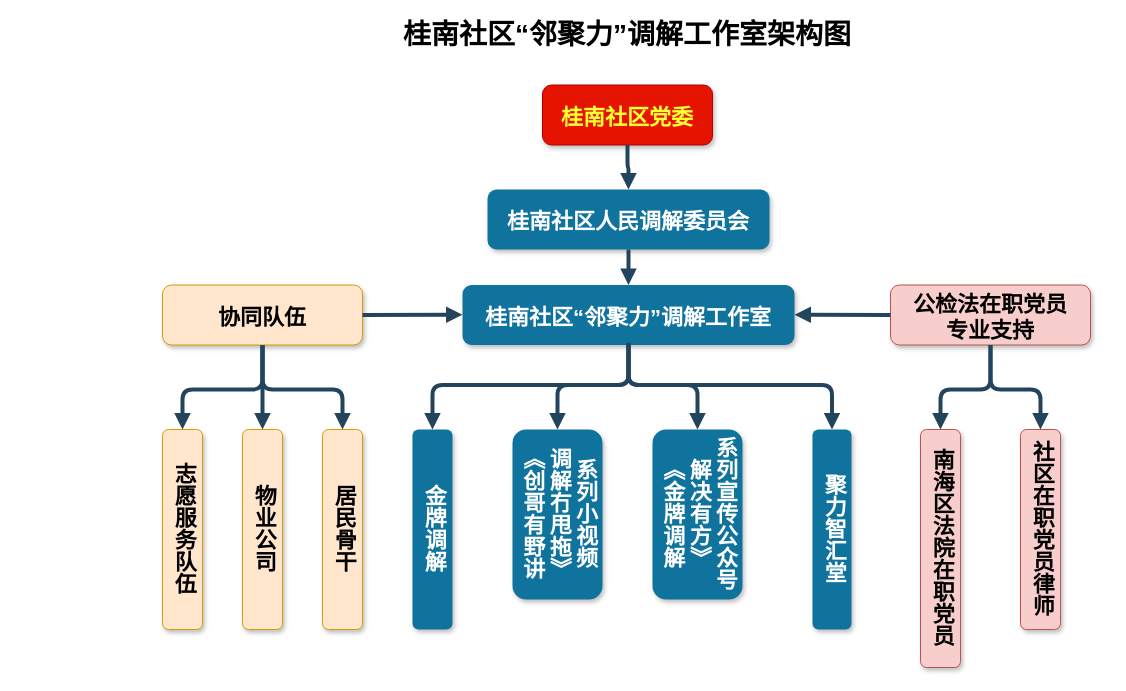
Above: 组织架构图.drawio in kagamiharayouko/kagamiharayouko (draw.io), before the change. Source tidied: cells renumbered, new cells numbered last; positions are measured from the earlier drawing's top-left corner, leaving out a move shared by most shapes. Both pictures are drawn from the tidied source at 100%, with x=0, y=0 at pixel (162, 19).
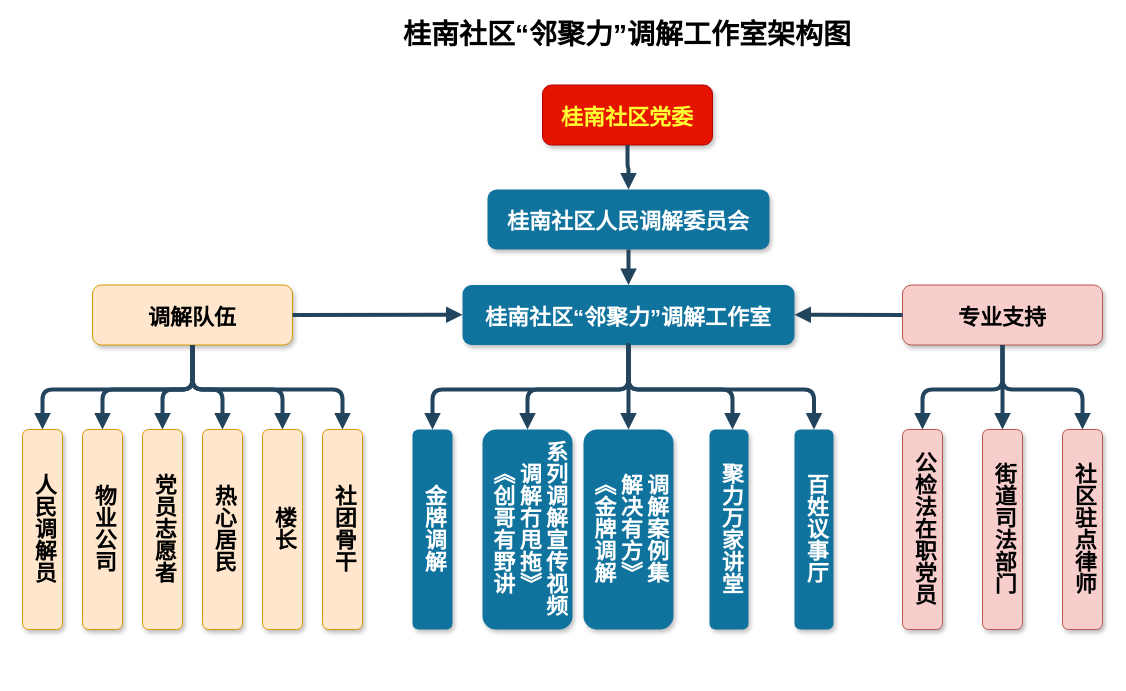
Above is the later version.

Commit message:
更新组织架构图.drawio

The change refers to these unchanged cells:
```xml
<mxCell id="3" value="桂南社区“邻聚力”调解工作室" style="rounded=1;fillColor=#10739E;strokeColor=none;shadow=1;gradientColor=none;fontStyle=1;fontColor=#FFFFFF;fontSize=22;" parent="1" vertex="1">
  <mxGeometry x="300" y="265.5" width="332" height="60" as="geometry" />
</mxCell>
<mxCell id="6" value="金牌调解" style="rounded=1;fillColor=#10739E;strokeColor=none;shadow=1;gradientColor=none;fontStyle=1;fontColor=#FFFFFF;fontSize=22;direction=south;horizontal=1;whiteSpace=wrap;textDirection=vertical-lr;" parent="1" vertex="1">
  <mxGeometry x="250" y="410" width="40" height="200" as="geometry" />
</mxCell>
```

Change to the diagram source:
```diff
@@
-    <mxCell id="5" value="公检法在职党员&#10;专业支持" style="rounded=1;fillColor=#f8cecc;strokeColor=#b85450;shadow=1;fontStyle=1;fontSize=22;" parent="1" vertex="1">
-      <mxGeometry x="728" y="265.5" width="200" height="60" as="geometry" />
+    <mxCell id="5" value="专业支持" style="rounded=1;fillColor=#f8cecc;strokeColor=#b85450;shadow=1;fontStyle=1;fontSize=22;" parent="1" vertex="1">
+      <mxGeometry x="740" y="265.5" width="200" height="60" as="geometry" />
     </mxCell>
@@
-    <mxCell id="7" value="《创哥有野讲&#10;调解冇甩拖》&#10;系列小视频" style="rounded=1;fillColor=#10739E;strokeColor=none;shadow=1;gradientColor=none;fontStyle=1;fontColor=#FFFFFF;fontSize=22;direction=south;whiteSpace=wrap;textDirection=vertical-lr;" parent="1" vertex="1">
-      <mxGeometry x="350" y="410" width="90" height="170" as="geometry" />
+    <mxCell id="7" value="《创哥有野讲&#10;调解冇甩拖》&#10;系列调解宣传视频" style="rounded=1;fillColor=#10739E;strokeColor=none;shadow=1;gradientColor=none;fontStyle=1;fontColor=#FFFFFF;fontSize=22;direction=south;whiteSpace=wrap;textDirection=vertical-lr;" parent="1" vertex="1">
+      <mxGeometry x="320" y="410" width="90" height="200" as="geometry" />
     </mxCell>
-    <mxCell id="8" value="《金牌调解&#10;解决有方》&#10;系列宣传公众号" style="rounded=1;fillColor=#10739E;strokeColor=none;shadow=1;gradientColor=none;fontStyle=1;fontColor=#FFFFFF;fontSize=22;direction=south;whiteSpace=wrap;textDirection=vertical-lr;" parent="1" vertex="1">
-      <mxGeometry x="490" y="410" width="90" height="170" as="geometry" />
+    <mxCell id="8" value="《金牌调解&#10;解决有方》&#10;调解案例集" style="rounded=1;fillColor=#10739E;strokeColor=none;shadow=1;gradientColor=none;fontStyle=1;fontColor=#FFFFFF;fontSize=22;direction=south;whiteSpace=wrap;textDirection=vertical-lr;" parent="1" vertex="1">
+      <mxGeometry x="421" y="410" width="90" height="200" as="geometry" />
     </mxCell>
-    <mxCell id="9" value="聚力智汇堂" style="rounded=1;fillColor=#10739E;strokeColor=none;shadow=1;gradientColor=none;fontStyle=1;fontColor=#FFFFFF;fontSize=22;direction=south;whiteSpace=wrap;textDirection=vertical-lr;" parent="1" vertex="1">
-      <mxGeometry x="650" y="410" width="39" height="200" as="geometry" />
+    <mxCell id="9" value="聚力万家讲堂" style="rounded=1;fillColor=#10739E;strokeColor=none;shadow=1;gradientColor=none;fontStyle=1;fontColor=#FFFFFF;fontSize=22;direction=south;whiteSpace=wrap;textDirection=vertical-lr;" parent="1" vertex="1">
+      <mxGeometry x="547" y="410" width="39" height="200" as="geometry" />
     </mxCell>
@@
     <mxCell id="11" style="edgeStyle=elbowEdgeStyle;elbow=vertical;strokeWidth=4;endArrow=block;endFill=1;fontStyle=1;strokeColor=#23445D;exitX=0.5;exitY=1;exitDx=0;exitDy=0;" parent="1" edge="1" source="3" target="9">
       <mxGeometry x="22" y="165.5" as="geometry">
         <Array as="points">
-          <mxPoint x="642" y="365.5" />
+          <mxPoint x="570" y="370" />
         </Array>
       </mxGeometry>
     </mxCell>
-    <mxCell id="12" style="edgeStyle=elbowEdgeStyle;elbow=vertical;strokeWidth=4;endArrow=block;endFill=1;fontStyle=1;strokeColor=#23445D;exitX=0.5;exitY=1;exitDx=0;exitDy=0;" parent="1" edge="1" source="3" target="7">
+    <mxCell id="12" style="edgeStyle=elbowEdgeStyle;elbow=vertical;strokeWidth=4;endArrow=block;endFill=1;fontStyle=1;strokeColor=#23445D;exitX=0.5;exitY=1;exitDx=0;exitDy=0;entryX=0;entryY=0.5;entryDx=0;entryDy=0;" parent="1" edge="1" source="3" target="7">
       <mxGeometry x="22" y="165.5" as="geometry">
         <Array as="points">
-          <mxPoint x="322" y="365.5" />
+          <mxPoint x="430" y="370" />
         </Array>
       </mxGeometry>
     </mxCell>
-    <mxCell id="13" style="edgeStyle=elbowEdgeStyle;elbow=vertical;strokeWidth=4;endArrow=block;endFill=1;fontStyle=1;strokeColor=#23445D;exitX=0.5;exitY=0.968;exitDx=0;exitDy=0;exitPerimeter=0;" parent="1" edge="1" source="3" target="8">
+    <mxCell id="13" style="edgeStyle=elbowEdgeStyle;elbow=vertical;strokeWidth=4;endArrow=block;endFill=1;fontStyle=1;strokeColor=#23445D;exitX=0.5;exitY=0.968;exitDx=0;exitDy=0;exitPerimeter=0;entryX=0;entryY=0.5;entryDx=0;entryDy=0;" parent="1" edge="1" source="3" target="8">
       <mxGeometry x="22" y="165.5" as="geometry">
         <Array as="points">
-          <mxPoint x="612" y="365.5" />
+          <mxPoint x="500" y="370" />
         </Array>
       </mxGeometry>
     </mxCell>
@@
     <mxCell id="15" style="edgeStyle=elbowEdgeStyle;elbow=vertical;strokeWidth=4;endArrow=block;endFill=1;fontStyle=1;strokeColor=#23445D;exitX=0.5;exitY=1;exitDx=0;exitDy=0;entryX=0;entryY=0.5;entryDx=0;entryDy=0;" parent="1" edge="1" source="3" target="6">
       <mxGeometry x="22" y="165.5" as="geometry">
         <Array as="points">
-          <mxPoint x="257" y="365.5" />
+          <mxPoint x="370" y="370" />
         </Array>
       </mxGeometry>
     </mxCell>
-    <mxCell id="16" value="协同队伍" style="rounded=1;fillColor=#ffe6cc;strokeColor=#d79b00;shadow=1;fontStyle=1;fontSize=22;" parent="1" vertex="1">
-      <mxGeometry y="265.5" width="200" height="60" as="geometry" />
+    <mxCell id="16" value="调解队伍" style="rounded=1;fillColor=#ffe6cc;strokeColor=#d79b00;shadow=1;fontStyle=1;fontSize=22;" parent="1" vertex="1">
+      <mxGeometry x="-70" y="265.5" width="200" height="60" as="geometry" />
     </mxCell>
-    <mxCell id="17" value="志愿服务队伍" style="rounded=1;fillColor=#ffe6cc;strokeColor=#d79b00;shadow=1;fontStyle=1;fontSize=22;direction=south;horizontal=1;whiteSpace=wrap;textDirection=vertical-lr;" parent="1" vertex="1">
-      <mxGeometry y="410" width="40" height="200" as="geometry" />
+    <mxCell id="17" value="热心居民" style="rounded=1;fillColor=#ffe6cc;strokeColor=#d79b00;shadow=1;fontStyle=1;fontSize=22;direction=south;horizontal=1;whiteSpace=wrap;textDirection=vertical-lr;" parent="1" vertex="1">
+      <mxGeometry x="40" y="410" width="40" height="200" as="geometry" />
     </mxCell>
-    <mxCell id="18" value="物业公司" style="rounded=1;fillColor=#ffe6cc;strokeColor=#d79b00;shadow=1;fontStyle=1;fontSize=22;direction=south;horizontal=1;whiteSpace=wrap;textDirection=vertical-lr;" parent="1" vertex="1">
-      <mxGeometry x="80" y="410" width="40" height="200" as="geometry" />
+    <mxCell id="18" value="楼长" style="rounded=1;fillColor=#ffe6cc;strokeColor=#d79b00;shadow=1;fontStyle=1;fontSize=22;direction=south;horizontal=1;whiteSpace=wrap;textDirection=vertical-lr;" parent="1" vertex="1">
+      <mxGeometry x="100" y="410" width="40" height="200" as="geometry" />
     </mxCell>
-    <mxCell id="19" value="居民骨干" style="rounded=1;fillColor=#ffe6cc;strokeColor=#d79b00;shadow=1;fontStyle=1;fontSize=22;direction=south;horizontal=1;whiteSpace=wrap;textDirection=vertical-lr;" parent="1" vertex="1">
+    <mxCell id="19" value="社团骨干" style="rounded=1;fillColor=#ffe6cc;strokeColor=#d79b00;shadow=1;fontStyle=1;fontSize=22;direction=south;horizontal=1;whiteSpace=wrap;textDirection=vertical-lr;" parent="1" vertex="1">
       <mxGeometry x="160" y="410" width="40" height="200" as="geometry" />
     </mxCell>
-    <mxCell id="20" value="南海区法院在职党员" style="rounded=1;fillColor=#f8cecc;strokeColor=#b85450;shadow=1;fontStyle=1;fontSize=22;direction=south;horizontal=1;whiteSpace=wrap;textDirection=vertical-lr;" parent="1" vertex="1">
-      <mxGeometry x="758" y="410" width="40" height="238" as="geometry" />
+    <mxCell id="20" value="公检法在职党员" style="rounded=1;fillColor=#f8cecc;strokeColor=#b85450;shadow=1;fontStyle=1;fontSize=22;direction=south;horizontal=1;whiteSpace=wrap;textDirection=vertical-lr;" parent="1" vertex="1">
+      <mxGeometry x="740" y="410" width="40" height="200" as="geometry" />
     </mxCell>
-    <mxCell id="21" value="社区在职党员律师" style="rounded=1;fillColor=#f8cecc;strokeColor=#b85450;shadow=1;fontStyle=1;fontSize=22;direction=south;horizontal=1;whiteSpace=wrap;textDirection=vertical-lr;" parent="1" vertex="1">
-      <mxGeometry x="858" y="410" width="40" height="200" as="geometry" />
+    <mxCell id="21" value="社区驻点律师" style="rounded=1;fillColor=#f8cecc;strokeColor=#b85450;shadow=1;fontStyle=1;fontSize=22;direction=south;horizontal=1;whiteSpace=wrap;textDirection=vertical-lr;" parent="1" vertex="1">
+      <mxGeometry x="900" y="410" width="40" height="200" as="geometry" />
     </mxCell>
@@
     <mxCell id="25" style="edgeStyle=elbowEdgeStyle;elbow=vertical;strokeWidth=4;endArrow=block;endFill=1;fontStyle=1;strokeColor=#23445D;entryX=0;entryY=0.5;entryDx=0;entryDy=0;exitX=0.5;exitY=1;exitDx=0;exitDy=0;" parent="1" edge="1" source="16" target="18">
       <mxGeometry x="22" y="165.5" as="geometry">
         <Array as="points">
-          <mxPoint x="90" y="350" />
+          <mxPoint x="60" y="370" />
         </Array>
       </mxGeometry>
     </mxCell>
     <mxCell id="26" style="edgeStyle=elbowEdgeStyle;elbow=vertical;strokeWidth=4;endArrow=block;endFill=1;fontStyle=1;strokeColor=#23445D;entryX=0;entryY=0.5;entryDx=0;entryDy=0;exitX=0.5;exitY=1;exitDx=0;exitDy=0;" parent="1" edge="1" source="5" target="21">
       <mxGeometry x="22" y="165.5" as="geometry">
         <Array as="points">
-          <mxPoint x="768" y="370" />
+          <mxPoint x="780" y="370" />
         </Array>
       </mxGeometry>
     </mxCell>
     <mxCell id="27" style="edgeStyle=elbowEdgeStyle;elbow=vertical;strokeWidth=4;endArrow=block;endFill=1;fontStyle=1;strokeColor=#23445D;entryX=0;entryY=0.5;entryDx=0;entryDy=0;exitX=0.5;exitY=1;exitDx=0;exitDy=0;" parent="1" edge="1" source="5" target="20">
       <mxGeometry x="22" y="165.5" as="geometry">
         <Array as="points">
-          <mxPoint x="728" y="370" />
+          <mxPoint x="740" y="370" />
         </Array>
       </mxGeometry>
     </mxCell>
@@
+    <mxCell id="30" value="百姓议事厅" style="rounded=1;fillColor=#10739E;strokeColor=none;shadow=1;gradientColor=none;fontStyle=1;fontColor=#FFFFFF;fontSize=22;direction=south;whiteSpace=wrap;textDirection=vertical-lr;" parent="1" vertex="1">
+      <mxGeometry x="632" y="410" width="39" height="200" as="geometry" />
+    </mxCell>
+    <mxCell id="31" style="edgeStyle=elbowEdgeStyle;elbow=vertical;strokeWidth=4;endArrow=block;endFill=1;fontStyle=1;strokeColor=#23445D;exitX=0.5;exitY=1;exitDx=0;exitDy=0;entryX=0;entryY=0.5;entryDx=0;entryDy=0;" parent="1" edge="1" source="3" target="30">
+      <mxGeometry x="22" y="165.5" as="geometry">
+        <Array as="points">
+          <mxPoint x="550" y="370" />
+        </Array>
+      </mxGeometry>
+    </mxCell>
+    <mxCell id="32" value="党员志愿者" style="rounded=1;fillColor=#ffe6cc;strokeColor=#d79b00;shadow=1;fontStyle=1;fontSize=22;direction=south;horizontal=1;whiteSpace=wrap;textDirection=vertical-lr;" parent="1" vertex="1">
+      <mxGeometry x="-20" y="410" width="40" height="200" as="geometry" />
+    </mxCell>
+    <mxCell id="33" value="街道司法部门" style="rounded=1;fillColor=#f8cecc;strokeColor=#b85450;shadow=1;fontStyle=1;fontSize=22;direction=south;horizontal=1;whiteSpace=wrap;textDirection=vertical-lr;" parent="1" vertex="1">
+      <mxGeometry x="820" y="410" width="40" height="200" as="geometry" />
+    </mxCell>
+    <mxCell id="34" style="edgeStyle=elbowEdgeStyle;elbow=vertical;strokeWidth=4;endArrow=block;endFill=1;fontStyle=1;strokeColor=#23445D;entryX=0;entryY=0.5;entryDx=0;entryDy=0;exitX=0.5;exitY=1;exitDx=0;exitDy=0;" parent="1" edge="1" source="5" target="33">
+      <mxGeometry x="22" y="165.5" as="geometry">
+        <Array as="points">
+          <mxPoint x="902" y="370" />
+        </Array>
+      </mxGeometry>
+    </mxCell>
+    <mxCell id="35" value="物业公司" style="rounded=1;fillColor=#ffe6cc;strokeColor=#d79b00;shadow=1;fontStyle=1;fontSize=22;direction=south;horizontal=1;whiteSpace=wrap;textDirection=vertical-lr;" parent="1" vertex="1">
+      <mxGeometry x="-80" y="410" width="40" height="200" as="geometry" />
+    </mxCell>
+    <mxCell id="36" style="edgeStyle=elbowEdgeStyle;elbow=vertical;strokeWidth=4;endArrow=block;endFill=1;fontStyle=1;strokeColor=#23445D;entryX=0;entryY=0.5;entryDx=0;entryDy=0;exitX=0.5;exitY=1;exitDx=0;exitDy=0;" parent="1" edge="1" source="16" target="32">
+      <mxGeometry x="22" y="165.5" as="geometry">
+        <Array as="points">
+          <mxPoint x="20" y="370" />
+        </Array>
+      </mxGeometry>
+    </mxCell>
+    <mxCell id="37" style="edgeStyle=elbowEdgeStyle;elbow=vertical;strokeWidth=4;endArrow=block;endFill=1;fontStyle=1;strokeColor=#23445D;entryX=0;entryY=0.5;entryDx=0;entryDy=0;exitX=0.5;exitY=1;exitDx=0;exitDy=0;" parent="1" edge="1" source="16" target="35">
+      <mxGeometry x="22" y="165.5" as="geometry">
+        <Array as="points">
+          <mxPoint x="-10" y="370" />
+        </Array>
+      </mxGeometry>
+    </mxCell>
+    <mxCell id="38" value="人民调解员" style="rounded=1;fillColor=#ffe6cc;strokeColor=#d79b00;shadow=1;fontStyle=1;fontSize=22;direction=south;horizontal=1;whiteSpace=wrap;textDirection=vertical-lr;" parent="1" vertex="1">
+      <mxGeometry x="-140" y="410" width="40" height="200" as="geometry" />
+    </mxCell>
+    <mxCell id="39" style="edgeStyle=elbowEdgeStyle;elbow=vertical;strokeWidth=4;endArrow=block;endFill=1;fontStyle=1;strokeColor=#23445D;entryX=0;entryY=0.5;entryDx=0;entryDy=0;exitX=0.5;exitY=1;exitDx=0;exitDy=0;" parent="1" edge="1" source="16" target="38">
+      <mxGeometry x="22" y="165.5" as="geometry">
+        <Array as="points">
+          <mxPoint x="-90" y="370" />
+        </Array>
+      </mxGeometry>
+    </mxCell>
```
